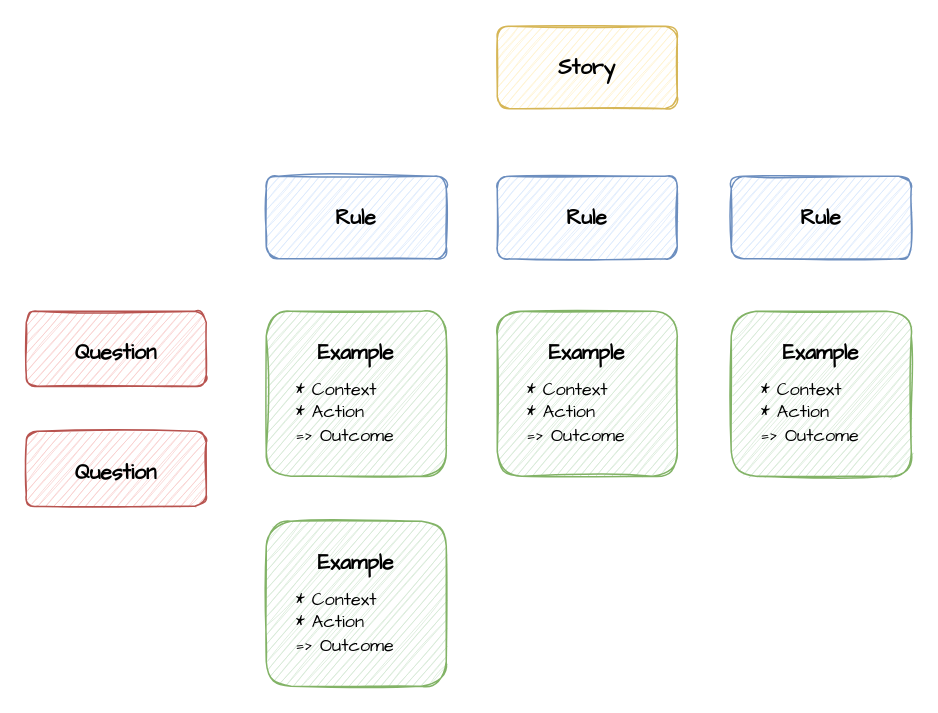
tryane/diagrams.net-example-mapping keeps this draw.io diagram as example_mapping_template.drawio. Above is the earlier version. Source tidied: cells renumbered, new cells numbered last; positions are measured from the earlier drawing's top-left corner, leaving out a move shared by most shapes. Both pictures are drawn from the tidied source at 150%, with x=0, y=0 at pixel (26, 26).
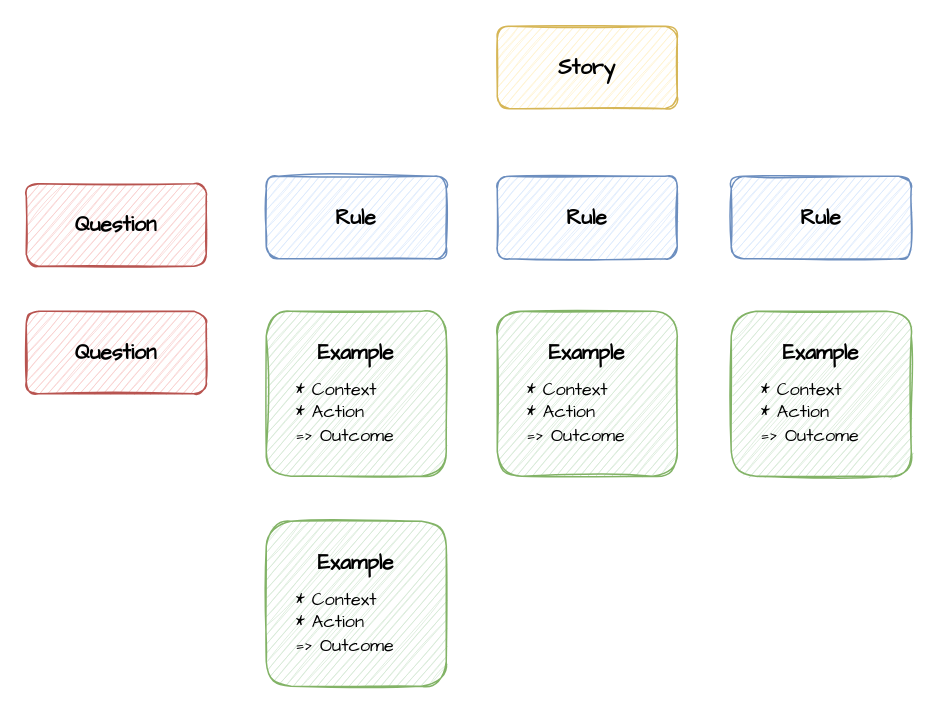
The same page after the edit.

Commit message:
center text of story and question

Change to the diagram source:
```diff
@@
 <mxGraphModel>
   <root>
     <mxCell id="0" />
     <mxCell id="1" parent="0" />
     <mxCell id="2" value="&lt;h3&gt;&lt;font face=&quot;Comic Sans MS&quot;&gt;Rule&lt;/font&gt;&lt;/h3&gt;" style="whiteSpace=wrap;html=1;fillColor=#dae8fc;strokeColor=#6c8ebf;spacing=0;spacingLeft=15;spacingRight=15;verticalAlign=top;align=center;rounded=1;sketch=1;" parent="1" vertex="1">
       <mxGeometry x="160" y="100" width="120" height="55" as="geometry" />
     </mxCell>
-    <mxCell id="3" value="&lt;h3 style=&quot;text-align: justify&quot;&gt;&lt;font face=&quot;Comic Sans MS&quot;&gt;Question&lt;/font&gt;&lt;/h3&gt;" style="whiteSpace=wrap;html=1;fillColor=#f8cecc;strokeColor=#b85450;spacing=0;verticalAlign=top;spacingLeft=15;spacingRight=15;spacingBottom=0;align=center;comic=0;movableLabel=0;rounded=1;sketch=1;" parent="1" vertex="1">
-      <mxGeometry y="190" width="120" height="50" as="geometry" />
-    </mxCell>
-    <mxCell id="4" value="&lt;h3 style=&quot;text-align: justify&quot;&gt;&lt;font face=&quot;Comic Sans MS&quot;&gt;Story&lt;/font&gt;&lt;/h3&gt;" style="whiteSpace=wrap;html=1;fillColor=#fff2cc;strokeColor=#d6b656;spacing=0;verticalAlign=top;spacingLeft=15;spacingRight=15;spacingBottom=0;align=center;comic=0;rounded=1;sketch=1;" parent="1" vertex="1">
-      <mxGeometry x="314" width="120" height="55" as="geometry" />
-    </mxCell>
     <mxCell id="5" value="&lt;h3&gt;&lt;font face=&quot;Comic Sans MS&quot;&gt;Rule&lt;/font&gt;&lt;/h3&gt;" style="whiteSpace=wrap;html=1;fillColor=#dae8fc;strokeColor=#6c8ebf;spacing=0;spacingLeft=15;spacingRight=15;verticalAlign=top;align=center;rounded=1;sketch=1;" parent="1" vertex="1">
       <mxGeometry x="314" y="100" width="120" height="55" as="geometry" />
     </mxCell>
     <mxCell id="6" value="&lt;h3&gt;&lt;font face=&quot;Comic Sans MS&quot;&gt;Rule&lt;/font&gt;&lt;/h3&gt;" style="whiteSpace=wrap;html=1;fillColor=#dae8fc;strokeColor=#6c8ebf;spacing=0;spacingLeft=15;spacingRight=15;verticalAlign=top;align=center;comic=0;rounded=1;sketch=1;" parent="1" vertex="1">
       <mxGeometry x="470" y="100" width="120" height="55" as="geometry" />
     </mxCell>
-    <mxCell id="7" value="&lt;h3 style=&quot;text-align: justify&quot;&gt;&lt;font face=&quot;Comic Sans MS&quot;&gt;Question&lt;/font&gt;&lt;/h3&gt;" style="whiteSpace=wrap;html=1;fillColor=#f8cecc;strokeColor=#b85450;spacing=0;verticalAlign=top;spacingLeft=15;spacingRight=15;spacingBottom=0;align=center;comic=0;movableLabel=0;rounded=1;sketch=1;" parent="1" vertex="1">
-      <mxGeometry y="270" width="120" height="50" as="geometry" />
-    </mxCell>
     <mxCell id="8" value="&lt;h3&gt;&lt;font face=&quot;Comic Sans MS&quot;&gt;Example&lt;/font&gt;&lt;/h3&gt;" style="whiteSpace=wrap;html=1;fillColor=#d5e8d4;strokeColor=#82b366;spacing=0;labelPosition=center;verticalLabelPosition=middle;align=center;verticalAlign=top;spacingTop=0;spacingLeft=10;spacingRight=10;horizontal=1;comic=0;rounded=1;sketch=1;" parent="1" vertex="1">
       <mxGeometry x="160" y="190" width="120" height="110" as="geometry" />
     </mxCell>
     <mxCell id="9" value="&lt;div&gt;&lt;font face=&quot;Comic Sans MS&quot;&gt;* Context&amp;nbsp;&lt;/font&gt;&lt;/div&gt;&lt;div&gt;&lt;span style=&quot;font-family: &amp;#34;comic sans ms&amp;#34;&quot;&gt;* Action&lt;/span&gt;&lt;/div&gt;&lt;div&gt;&lt;span style=&quot;font-family: &amp;#34;comic sans ms&amp;#34;&quot;&gt;=&amp;gt; Outcome&lt;br&gt;&lt;/span&gt;&lt;/div&gt;" style="text;html=1;strokeColor=none;fillColor=none;align=left;verticalAlign=top;whiteSpace=wrap;comic=0;spacing=0;movableLabel=0;rounded=1;sketch=1;" parent="8" vertex="1">
       <mxGeometry x="20" y="40" width="80" height="50" as="geometry" />
     </mxCell>
     <mxCell id="10" value="&lt;h3&gt;&lt;font face=&quot;Comic Sans MS&quot;&gt;Example&lt;/font&gt;&lt;/h3&gt;" style="whiteSpace=wrap;html=1;fillColor=#d5e8d4;strokeColor=#82b366;spacing=0;labelPosition=center;verticalLabelPosition=middle;align=center;verticalAlign=top;spacingTop=0;spacingLeft=10;spacingRight=10;horizontal=1;comic=0;rounded=1;sketch=1;" parent="1" vertex="1">
       <mxGeometry x="314" y="190" width="120" height="110" as="geometry" />
     </mxCell>
     <mxCell id="11" value="&lt;div&gt;&lt;font face=&quot;Comic Sans MS&quot;&gt;* Context&amp;nbsp;&lt;/font&gt;&lt;/div&gt;&lt;div&gt;&lt;span style=&quot;font-family: &amp;#34;comic sans ms&amp;#34;&quot;&gt;* Action&lt;/span&gt;&lt;/div&gt;&lt;div&gt;&lt;span style=&quot;font-family: &amp;#34;comic sans ms&amp;#34;&quot;&gt;=&amp;gt; Outcome&lt;br&gt;&lt;/span&gt;&lt;/div&gt;" style="text;html=1;strokeColor=none;fillColor=none;align=left;verticalAlign=top;whiteSpace=wrap;comic=0;spacing=0;movableLabel=0;rounded=1;sketch=1;" parent="10" vertex="1">
       <mxGeometry x="20" y="40" width="80" height="50" as="geometry" />
     </mxCell>
     <mxCell id="12" value="&lt;h3&gt;&lt;font face=&quot;Comic Sans MS&quot;&gt;Example&lt;/font&gt;&lt;/h3&gt;" style="whiteSpace=wrap;html=1;fillColor=#d5e8d4;strokeColor=#82b366;spacing=0;labelPosition=center;verticalLabelPosition=middle;align=center;verticalAlign=top;spacingTop=0;spacingLeft=10;spacingRight=10;horizontal=1;comic=0;rounded=1;sketch=1;" parent="1" vertex="1">
       <mxGeometry x="470" y="190" width="120" height="110" as="geometry" />
     </mxCell>
     <mxCell id="13" value="&lt;div&gt;&lt;font face=&quot;Comic Sans MS&quot;&gt;* Context&amp;nbsp;&lt;/font&gt;&lt;/div&gt;&lt;div&gt;&lt;span style=&quot;font-family: &amp;#34;comic sans ms&amp;#34;&quot;&gt;* Action&lt;/span&gt;&lt;/div&gt;&lt;div&gt;&lt;span style=&quot;font-family: &amp;#34;comic sans ms&amp;#34;&quot;&gt;=&amp;gt; Outcome&lt;br&gt;&lt;/span&gt;&lt;/div&gt;" style="text;html=1;strokeColor=none;fillColor=none;align=left;verticalAlign=top;whiteSpace=wrap;comic=0;spacing=0;movableLabel=0;rounded=1;sketch=1;" parent="12" vertex="1">
       <mxGeometry x="20" y="40" width="80" height="50" as="geometry" />
     </mxCell>
     <mxCell id="14" value="&lt;h3&gt;&lt;font face=&quot;Comic Sans MS&quot;&gt;Example&lt;/font&gt;&lt;/h3&gt;" style="whiteSpace=wrap;html=1;fillColor=#d5e8d4;strokeColor=#82b366;spacing=0;labelPosition=center;verticalLabelPosition=middle;align=center;verticalAlign=top;spacingTop=0;spacingLeft=10;spacingRight=10;horizontal=1;comic=0;rounded=1;sketch=1;" parent="1" vertex="1">
       <mxGeometry x="160" y="330" width="120" height="110" as="geometry" />
     </mxCell>
     <mxCell id="15" value="&lt;div&gt;&lt;font face=&quot;Comic Sans MS&quot;&gt;* Context&amp;nbsp;&lt;/font&gt;&lt;/div&gt;&lt;div&gt;&lt;span style=&quot;font-family: &amp;#34;comic sans ms&amp;#34;&quot;&gt;* Action&lt;/span&gt;&lt;/div&gt;&lt;div&gt;&lt;span style=&quot;font-family: &amp;#34;comic sans ms&amp;#34;&quot;&gt;=&amp;gt; Outcome&lt;br&gt;&lt;/span&gt;&lt;/div&gt;" style="text;html=1;strokeColor=none;fillColor=none;align=left;verticalAlign=top;whiteSpace=wrap;comic=0;spacing=0;movableLabel=0;rounded=1;sketch=1;" parent="14" vertex="1">
       <mxGeometry x="20" y="40" width="80" height="50" as="geometry" />
     </mxCell>
+    <mxCell id="4" value="&lt;h3 style=&quot;text-align: justify&quot;&gt;&lt;font face=&quot;Comic Sans MS&quot;&gt;Story&lt;/font&gt;&lt;/h3&gt;" style="rounded=1;whiteSpace=wrap;html=1;fillColor=#fff2cc;strokeColor=#d6b656;spacing=0;verticalAlign=top;spacingLeft=15;spacingRight=15;spacingBottom=0;align=center;comic=0;jiggle=1;glass=0;sketch=1;" parent="1" vertex="1">
+      <mxGeometry x="314" width="120" height="55" as="geometry" />
+    </mxCell>
+    <mxCell id="16" value="&lt;h3 style=&quot;text-align: justify&quot;&gt;&lt;font face=&quot;Comic Sans MS&quot;&gt;Question&lt;/font&gt;&lt;/h3&gt;" style="rounded=1;whiteSpace=wrap;html=1;fillColor=#f8cecc;strokeColor=#b85450;spacing=0;verticalAlign=top;spacingLeft=15;spacingRight=15;spacingBottom=0;align=center;comic=0;movableLabel=0;glass=0;sketch=1;" parent="1" vertex="1">
+      <mxGeometry y="105" width="120" height="55" as="geometry" />
+    </mxCell>
+    <mxCell id="17" value="&lt;h3 style=&quot;text-align: justify&quot;&gt;&lt;font face=&quot;Comic Sans MS&quot;&gt;Question&lt;/font&gt;&lt;/h3&gt;" style="rounded=1;whiteSpace=wrap;html=1;fillColor=#f8cecc;strokeColor=#b85450;spacing=0;verticalAlign=top;spacingLeft=15;spacingRight=15;spacingBottom=0;align=center;comic=0;movableLabel=0;glass=0;sketch=1;" parent="1" vertex="1">
+      <mxGeometry y="190" width="120" height="55" as="geometry" />
+    </mxCell>
   </root>
 </mxGraphModel>
```
